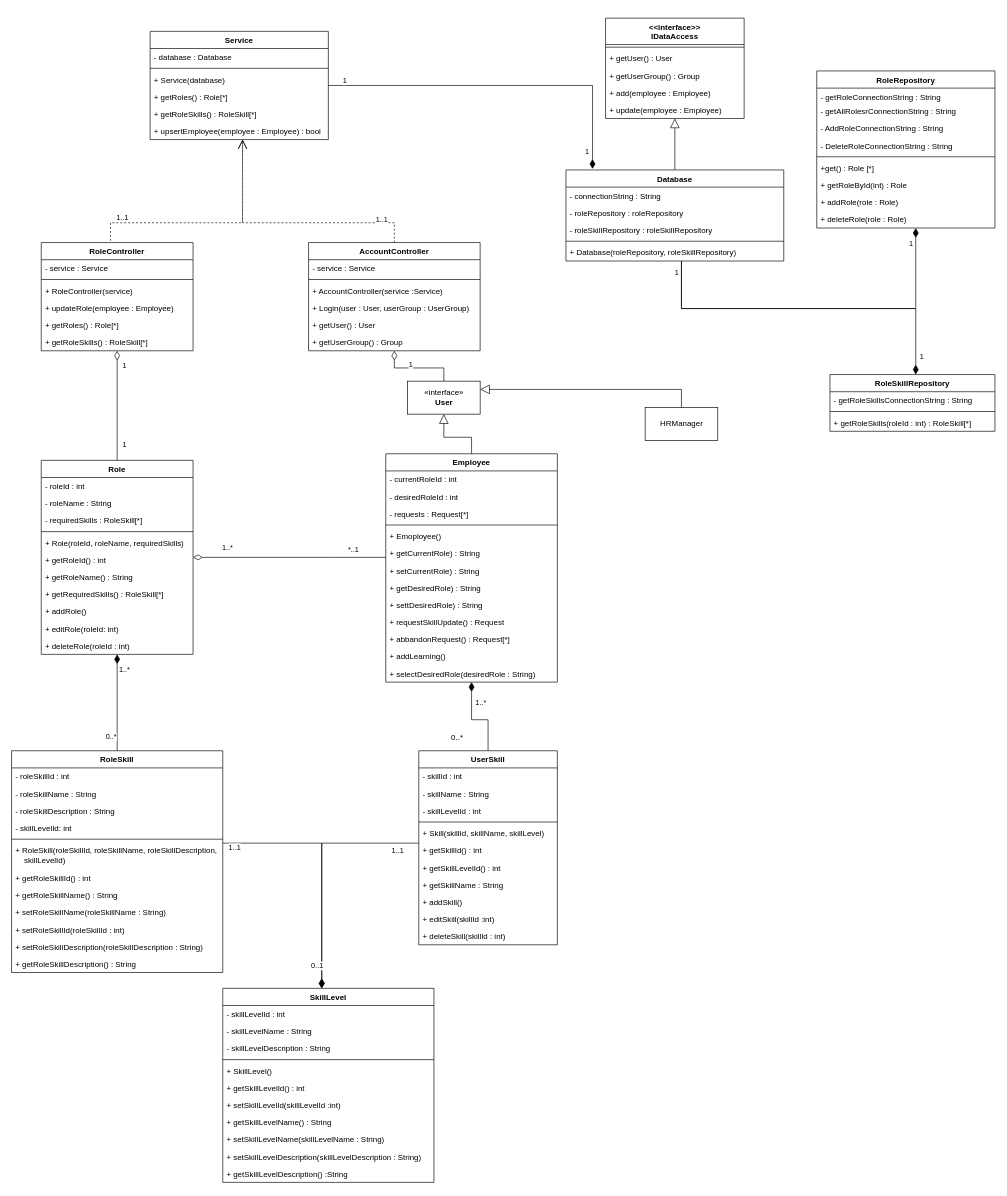
Earlier version of the draw.io diagram SelectRoleClassDiagram.drawio (learningCurve89/WorkBasedPortfolios). Source tidied: cells renumbered, new cells numbered last; positions are measured from the earlier drawing's top-left corner, leaving out a move shared by most shapes. Both pictures are drawn from the tidied source at 66%, with x=0, y=0 at pixel (11, 18).
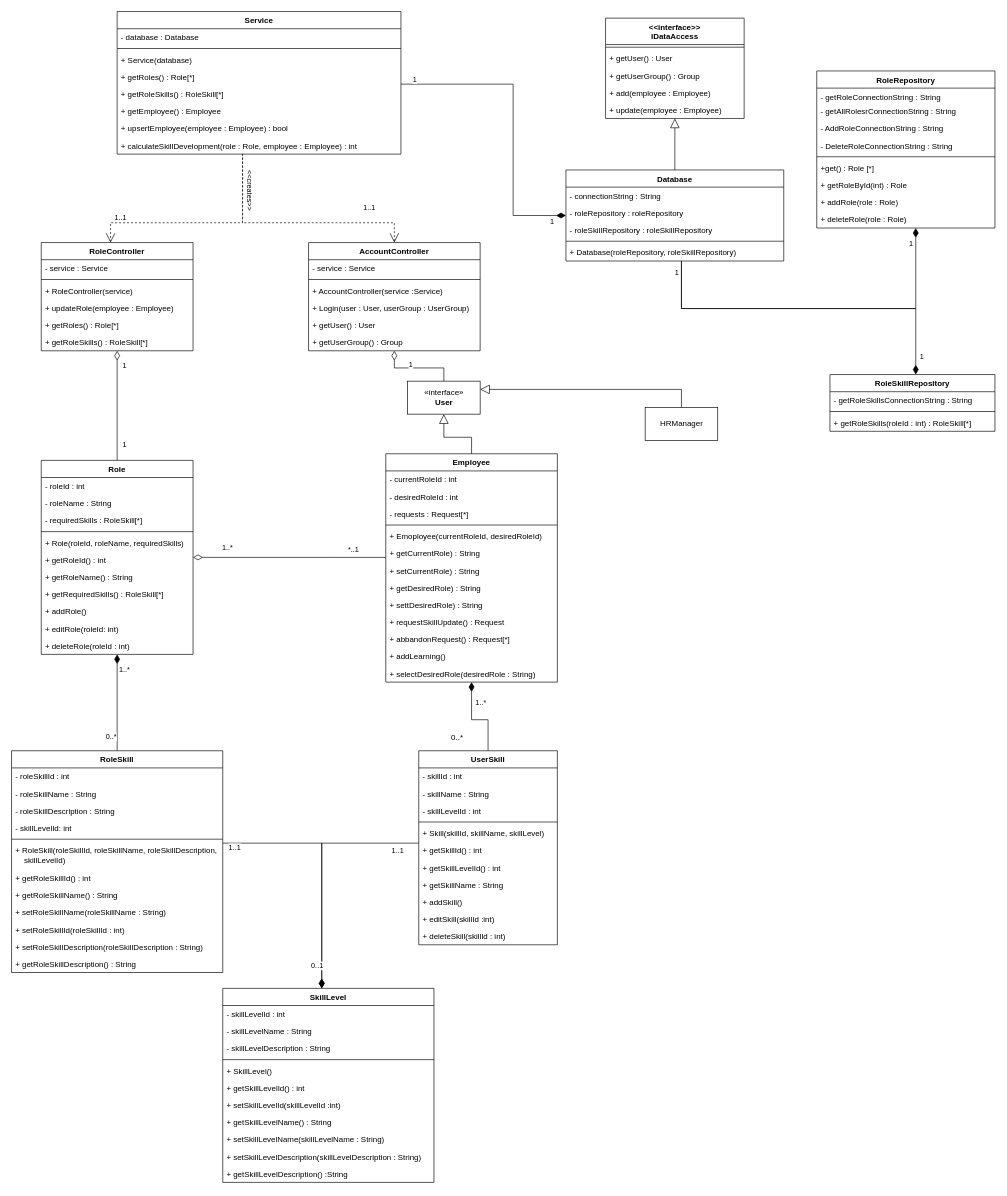
After the change.

Unchanged cells that the change refers to:
```xml
<mxCell id="9" value="Employee" style="swimlane;fontStyle=1;align=center;verticalAlign=top;horizontal=1;startSize=26;" parent="1" vertex="1">
  <mxGeometry x="567" y="660" width="260" height="346" as="geometry" />
</mxCell>
<mxCell id="82" value="RoleController" style="swimlane;fontStyle=1;align=center;verticalAlign=top;horizontal=1;startSize=26;" parent="1" vertex="1">
  <mxGeometry x="45" y="340" width="230" height="164" as="geometry" />
</mxCell>
<mxCell id="95" value="Database" style="swimlane;fontStyle=1;align=center;verticalAlign=top;horizontal=1;startSize=26;" parent="1" vertex="1">
  <mxGeometry x="840" y="230" width="330" height="138" as="geometry" />
</mxCell>
<mxCell id="136" value="AccountController" style="swimlane;fontStyle=1;align=center;verticalAlign=top;horizontal=1;startSize=26;" parent="1" vertex="1">
  <mxGeometry x="450" y="340" width="260" height="164" as="geometry" />
</mxCell>
```

What changed in the source:
```diff
@@
-    <mxCell id="2" style="edgeStyle=orthogonalEdgeStyle;rounded=0;jettySize=auto;html=1;dashed=1;endArrow=open;endFill=0;startSize=12;endSize=12;" parent="1" edge="1" source="136" target="104">
+    <mxCell id="2" style="edgeStyle=orthogonalEdgeStyle;rounded=0;jettySize=auto;html=1;dashed=1;endArrow=none;endFill=0;startSize=12;endSize=12;startArrow=open;startFill=0;" parent="1" edge="1" source="136" target="104">
       <mxGeometry relative="1" as="geometry">
         <Array as="points">
           <mxPoint x="580" y="310" />
           <mxPoint x="350" y="310" />
         </Array>
       </mxGeometry>
     </mxCell>
@@
+    <mxCell id="148" value="&amp;lt;&amp;lt;creates&amp;gt;&amp;gt;" style="edgeLabel;html=1;align=center;verticalAlign=middle;rotation=90;" parent="2" vertex="1">
+      <mxGeometry x="0.36" y="-14" relative="1" as="geometry">
+        <mxPoint y="-36" as="offset" />
+      </mxGeometry>
+    </mxCell>
@@
-    <mxCell id="14" value="+ Emoployee()" style="text;strokeColor=none;fillColor=none;align=left;verticalAlign=top;spacingLeft=4;spacingRight=4;overflow=hidden;" parent="9" vertex="1">
+    <mxCell id="14" value="+ Emoployee(currentRoleId, desiredRoleId)" style="text;strokeColor=none;fillColor=none;align=left;verticalAlign=top;spacingLeft=4;spacingRight=4;overflow=hidden;" parent="9" vertex="1">
       <mxGeometry y="112" width="260" height="26" as="geometry" />
     </mxCell>
@@
-    <mxCell id="101" style="edgeStyle=orthogonalEdgeStyle;rounded=0;jettySize=auto;html=1;entryX=0.122;entryY=-0.012;entryDx=0;entryDy=0;entryPerimeter=0;startSize=12;endArrow=diamondThin;endFill=1;endSize=12;" parent="1" edge="1" source="104" target="95">
-      <mxGeometry relative="1" as="geometry" />
+    <mxCell id="101" style="edgeStyle=orthogonalEdgeStyle;rounded=0;jettySize=auto;html=1;startSize=12;endArrow=diamondThin;endFill=1;endSize=12;" parent="1" edge="1" source="104" target="95">
+      <mxGeometry relative="1" as="geometry">
+        <Array as="points">
+          <mxPoint x="760" y="100" />
+          <mxPoint x="760" y="299" />
+        </Array>
+      </mxGeometry>
     </mxCell>
@@
     <mxCell id="104" value="Service" style="swimlane;fontStyle=1;align=center;verticalAlign=top;horizontal=1;startSize=26;" parent="1" vertex="1">
-      <mxGeometry x="210" y="20" width="270" height="164" as="geometry" />
+      <mxGeometry x="160" y="-10" width="430" height="216" as="geometry" />
     </mxCell>
     <mxCell id="105" value="- database : Database" style="text;strokeColor=none;fillColor=none;align=left;verticalAlign=top;spacingLeft=4;spacingRight=4;overflow=hidden;" parent="104" vertex="1">
-      <mxGeometry y="26" width="270" height="26" as="geometry" />
+      <mxGeometry y="26" width="430" height="26" as="geometry" />
     </mxCell>
     <mxCell id="106" style="line;strokeWidth=1;fillColor=none;align=left;verticalAlign=middle;spacingTop=-1;spacingLeft=3;spacingRight=3;labelPosition=right;" parent="104" vertex="1">
-      <mxGeometry y="52" width="270" height="8" as="geometry" />
+      <mxGeometry y="52" width="430" height="8" as="geometry" />
     </mxCell>
     <mxCell id="107" value="+ Service(database)" style="text;strokeColor=none;fillColor=none;align=left;verticalAlign=top;spacingLeft=4;spacingRight=4;overflow=hidden;" parent="104" vertex="1">
-      <mxGeometry y="60" width="270" height="26" as="geometry" />
+      <mxGeometry y="60" width="430" height="26" as="geometry" />
     </mxCell>
     <mxCell id="108" value="+ getRoles() : Role[*]" style="text;strokeColor=none;fillColor=none;align=left;verticalAlign=top;spacingLeft=4;spacingRight=4;overflow=hidden;" parent="104" vertex="1">
-      <mxGeometry y="86" width="270" height="26" as="geometry" />
+      <mxGeometry y="86" width="430" height="26" as="geometry" />
     </mxCell>
     <mxCell id="109" value="+ getRoleSkills() : RoleSkill[*]" style="text;strokeColor=none;fillColor=none;align=left;verticalAlign=top;spacingLeft=4;spacingRight=4;overflow=hidden;" parent="104" vertex="1">
-      <mxGeometry y="112" width="270" height="26" as="geometry" />
+      <mxGeometry y="112" width="430" height="26" as="geometry" />
     </mxCell>
+    <mxCell id="149" value="+ getEmployee() : Employee" style="text;strokeColor=none;fillColor=none;align=left;verticalAlign=top;spacingLeft=4;spacingRight=4;overflow=hidden;" parent="104" vertex="1">
+      <mxGeometry y="138" width="430" height="26" as="geometry" />
+    </mxCell>
     <mxCell id="110" value="+ upsertEmployee(employee : Employee) : bool" style="text;strokeColor=none;fillColor=none;align=left;verticalAlign=top;spacingLeft=4;spacingRight=4;overflow=hidden;" parent="104" vertex="1">
-      <mxGeometry y="138" width="270" height="26" as="geometry" />
+      <mxGeometry y="164" width="430" height="26" as="geometry" />
     </mxCell>
+    <mxCell id="150" value="+ calculateSkillDevelopment(role : Role, employee : Employee) : int" style="text;strokeColor=none;fillColor=none;align=left;verticalAlign=top;spacingLeft=4;spacingRight=4;overflow=hidden;" parent="104" vertex="1">
+      <mxGeometry y="190" width="430" height="26" as="geometry" />
+    </mxCell>
@@
-    <mxCell id="125" style="edgeStyle=orthogonalEdgeStyle;rounded=0;jettySize=auto;html=1;startSize=12;endArrow=none;endFill=0;endSize=12;startArrow=open;startFill=0;dashed=1;" parent="1" edge="1" source="104" target="82">
+    <mxCell id="125" style="edgeStyle=orthogonalEdgeStyle;rounded=0;jettySize=auto;html=1;startSize=12;endArrow=open;endFill=0;endSize=12;startArrow=none;startFill=0;dashed=1;" parent="1" edge="1" source="104" target="82">
       <mxGeometry relative="1" as="geometry">
         <Array as="points">
           <mxPoint x="350" y="310" />
           <mxPoint x="150" y="310" />
         </Array>
       </mxGeometry>
     </mxCell>
```
